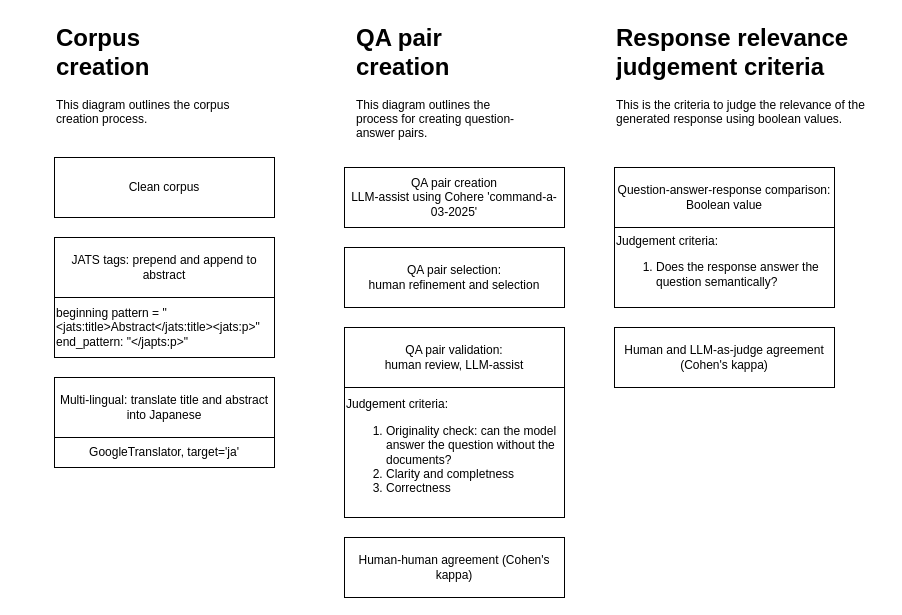
Earlier version of the draw.io diagram diagrams/Part_3_corpus_creation_and_analysis.drawio (poppy-nicolette/Dissertation). Source tidied: cells renumbered, new cells numbered last; positions are measured from the earlier drawing's top-left corner, leaving out a move shared by most shapes. Both pictures are drawn from the tidied source at 100%, with x=0, y=0 at pixel (54, 17).
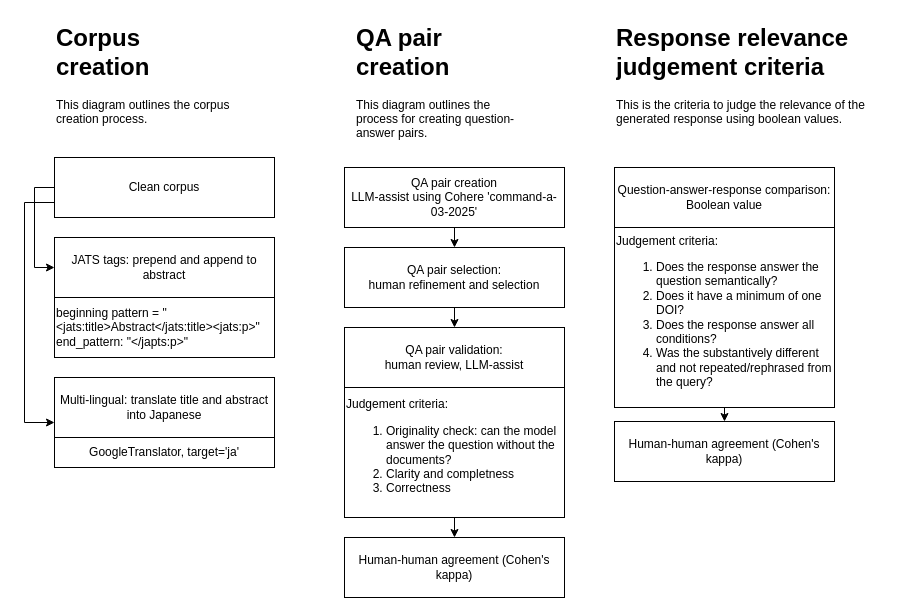
The same page after the edit.

The change refers to these unchanged cells:
```xml
<mxCell id="3" value="Clean corpus" style="rounded=0;whiteSpace=wrap;html=1;" parent="1" vertex="1">
  <mxGeometry y="140" width="220" height="60" as="geometry" />
</mxCell>
<mxCell id="4" value="QA pair creation&lt;div&gt;LLM-assist using Cohere 'command-a-03-2025'&lt;/div&gt;" style="rounded=0;whiteSpace=wrap;html=1;" parent="1" vertex="1">
  <mxGeometry x="290" y="150" width="220" height="60" as="geometry" />
</mxCell>
<mxCell id="6" value="QA pair selection:&lt;div&gt;human refinement and selection&lt;/div&gt;" style="rounded=0;whiteSpace=wrap;html=1;" parent="1" vertex="1">
  <mxGeometry x="290" y="230" width="220" height="60" as="geometry" />
</mxCell>
<mxCell id="7" value="QA pair validation:&lt;div&gt;human review, LLM-assist&lt;/div&gt;" style="rounded=0;whiteSpace=wrap;html=1;" parent="1" vertex="1">
  <mxGeometry x="290" y="310" width="220" height="60" as="geometry" />
</mxCell>
<mxCell id="8" value="Human-human agreement (Cohen's kappa)" style="rounded=0;whiteSpace=wrap;html=1;" parent="1" vertex="1">
  <mxGeometry x="290" y="520" width="220" height="60" as="geometry" />
</mxCell>
<mxCell id="10" value="Judgement criteria:&lt;br&gt;&lt;ol&gt;&lt;li&gt;Originality check: can the model answer the question without the documents?&lt;/li&gt;&lt;li&gt;Clarity and completness&lt;/li&gt;&lt;li&gt;Correctness&lt;/li&gt;&lt;/ol&gt;" style="rounded=0;whiteSpace=wrap;html=1;align=left;" parent="1" vertex="1">
  <mxGeometry x="290" y="370" width="220" height="130" as="geometry" />
</mxCell>
<mxCell id="11" value="JATS tags: prepend and append to abstract" style="rounded=0;whiteSpace=wrap;html=1;" parent="1" vertex="1">
  <mxGeometry y="220" width="220" height="60" as="geometry" />
</mxCell>
<mxCell id="12" value="Multi-lingual: translate title and abstract into Japanese" style="rounded=0;whiteSpace=wrap;html=1;" parent="1" vertex="1">
  <mxGeometry y="360" width="220" height="60" as="geometry" />
</mxCell>
```

Change to the diagram source:
```diff
@@
+    <mxCell id="18" style="edgeStyle=orthogonalEdgeStyle;rounded=0;jettySize=auto;html=1;exitX=0;exitY=0.5;exitDx=0;exitDy=0;entryX=0;entryY=0.5;entryDx=0;entryDy=0;" parent="1" edge="1" source="3" target="11">
+      <mxGeometry relative="1" as="geometry" />
+    </mxCell>
+    <mxCell id="19" style="edgeStyle=orthogonalEdgeStyle;rounded=0;jettySize=auto;html=1;exitX=0;exitY=0.75;exitDx=0;exitDy=0;entryX=0;entryY=0.75;entryDx=0;entryDy=0;" parent="1" edge="1" source="3" target="12">
+      <mxGeometry relative="1" as="geometry">
+        <Array as="points">
+          <mxPoint x="-30" y="185" />
+          <mxPoint x="-30" y="405" />
+        </Array>
+      </mxGeometry>
+    </mxCell>
@@
+    <mxCell id="20" style="edgeStyle=orthogonalEdgeStyle;rounded=0;jettySize=auto;html=1;exitX=0.5;exitY=1;exitDx=0;exitDy=0;entryX=0.5;entryY=0;entryDx=0;entryDy=0;" parent="1" edge="1" source="4" target="6">
+      <mxGeometry relative="1" as="geometry" />
+    </mxCell>
@@
+    <mxCell id="21" style="edgeStyle=orthogonalEdgeStyle;rounded=0;jettySize=auto;html=1;exitX=0.5;exitY=1;exitDx=0;exitDy=0;entryX=0.5;entryY=0;entryDx=0;entryDy=0;" parent="1" edge="1" source="6" target="7">
+      <mxGeometry relative="1" as="geometry" />
+    </mxCell>
@@
+    <mxCell id="22" style="edgeStyle=orthogonalEdgeStyle;rounded=0;jettySize=auto;html=1;exitX=0.5;exitY=1;exitDx=0;exitDy=0;entryX=0.5;entryY=0;entryDx=0;entryDy=0;" parent="1" edge="1" source="10" target="8">
+      <mxGeometry relative="1" as="geometry" />
+    </mxCell>
@@
+    <mxCell id="23" style="edgeStyle=orthogonalEdgeStyle;rounded=0;jettySize=auto;html=1;exitX=0.5;exitY=1;exitDx=0;exitDy=0;entryX=0.5;entryY=0;entryDx=0;entryDy=0;" parent="1" edge="1" source="16" target="17">
+      <mxGeometry relative="1" as="geometry" />
+    </mxCell>
-    <mxCell id="16" value="Judgement criteria:&lt;div&gt;&lt;ol&gt;&lt;li&gt;Does the response answer the question semantically?&lt;/li&gt;&lt;/ol&gt;&lt;/div&gt;" style="rounded=0;whiteSpace=wrap;html=1;align=left;" parent="1" vertex="1">
-      <mxGeometry x="560" y="210" width="220" height="80" as="geometry" />
+    <mxCell id="16" value="Judgement criteria:&lt;div&gt;&lt;ol&gt;&lt;li&gt;Does the response answer the question semantically?&lt;/li&gt;&lt;li&gt;Does it have a minimum of one DOI?&lt;/li&gt;&lt;li&gt;Does the response answer all conditions?&lt;/li&gt;&lt;li&gt;Was the substantively different and not repeated/rephrased from the query?&lt;/li&gt;&lt;/ol&gt;&lt;/div&gt;" style="rounded=0;whiteSpace=wrap;html=1;align=left;" parent="1" vertex="1">
+      <mxGeometry x="560" y="210" width="220" height="180" as="geometry" />
     </mxCell>
-    <mxCell id="17" value="Human and LLM-as-judge agreement (Cohen's kappa)" style="rounded=0;whiteSpace=wrap;html=1;" parent="1" vertex="1">
-      <mxGeometry x="560" y="310" width="220" height="60" as="geometry" />
+    <mxCell id="17" value="Human-human agreement (Cohen's kappa)" style="rounded=0;whiteSpace=wrap;html=1;" parent="1" vertex="1">
+      <mxGeometry x="560" y="404" width="220" height="60" as="geometry" />
     </mxCell>
```
